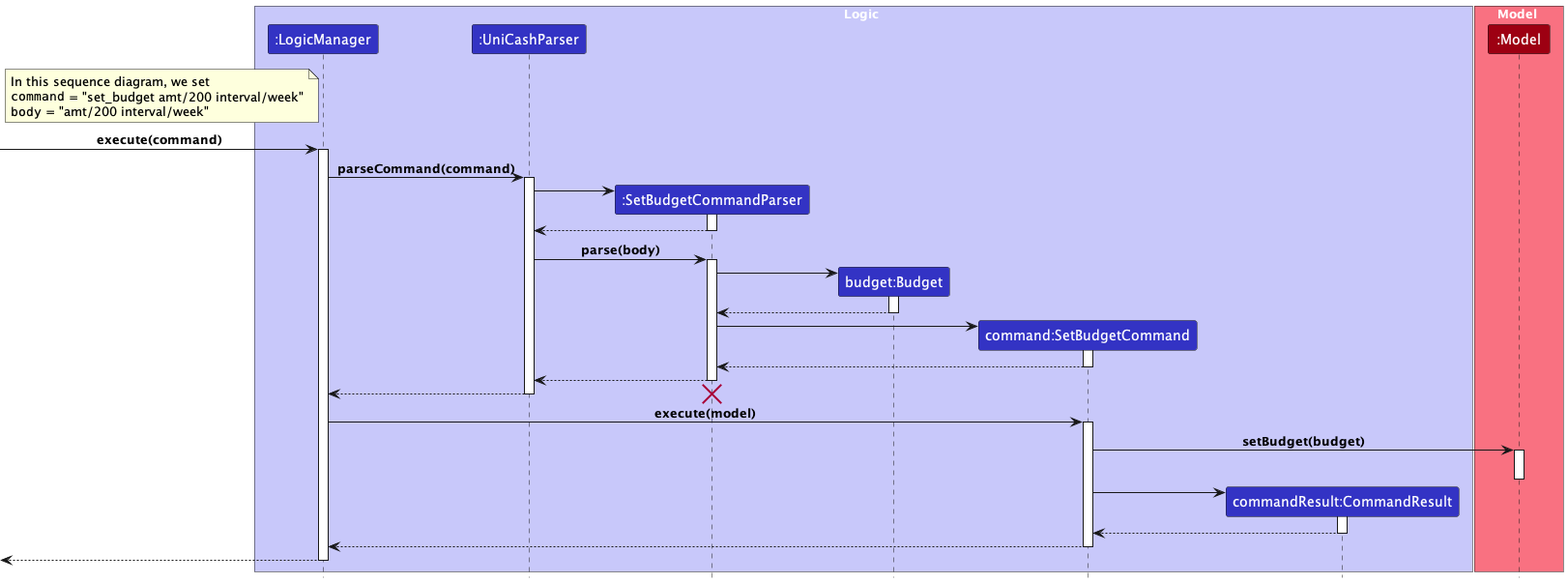
The PlantUML diagram docs/images/unicash/budget-management/SetBudgetSequenceDiagram.png in woojiahao/tp, before a commit.
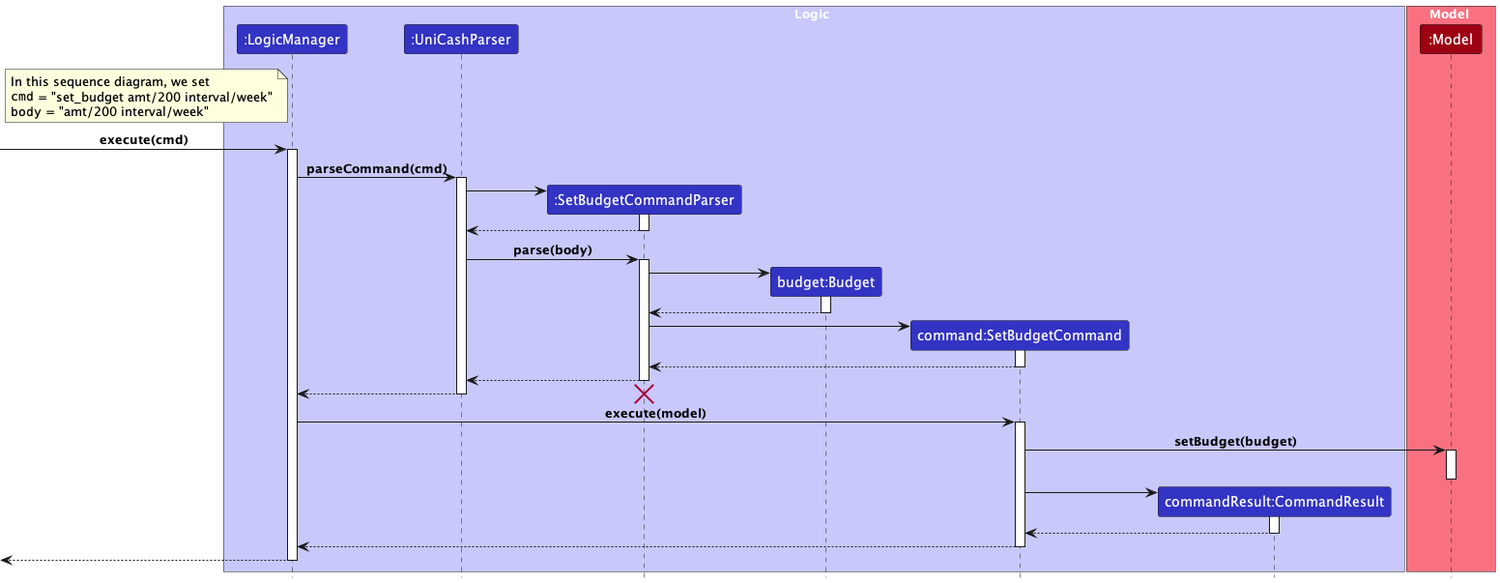
Above is the later version.

Commit message:
Rename input command to cmd

The edit, as a diff of the source:
```diff
@@ -20,14 +20,14 @@
 
 note left LogicManager
 In this sequence diagram, we set
-""command"" = "set_budget amt/200 interval/week"
+""cmd"" = "set_budget amt/200 interval/week"
 ""body"" = "amt/200 interval/week"
 end note
 
-[-> LogicManager : execute(command)
+[-> LogicManager : execute(cmd)
 activate LogicManager
 
-LogicManager -> UniCashParser : parseCommand(command)
+LogicManager -> UniCashParser : parseCommand(cmd)
 activate UniCashParser
 
 create SetBudgetCommandParser
```
